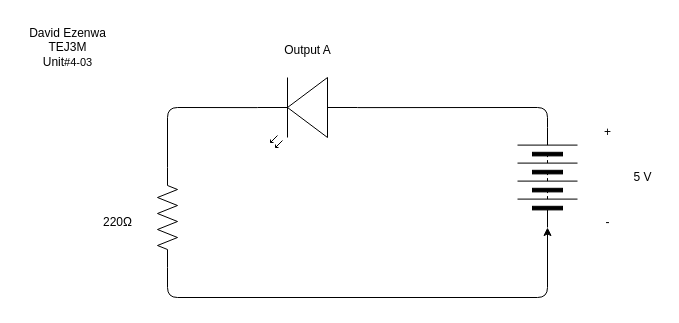
Earlier version of the draw.io diagram Unit4-03.drawio (david-ezenwa/TEJ3M-Unit4). Source tidied: cells renumbered, new cells numbered last; positions are measured from the earlier drawing's top-left corner, leaving out a move shared by most shapes. Both pictures are drawn from the tidied source at 100%, with x=0, y=0 at pixel (17, 17).
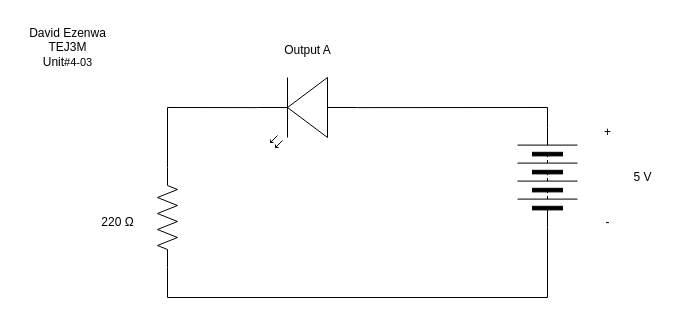
After the change.

Diff of the diagram source:
```diff
@@
 <mxGraphModel>
   <root>
     <mxCell id="0" />
     <mxCell id="1" parent="0" />
-    <mxCell id="2" style="edgeStyle=none;html=1;entryX=1;entryY=0.5;entryDx=0;entryDy=0;exitX=0;exitY=0.57;exitDx=0;exitDy=0;exitPerimeter=0;endArrow=none;endFill=0;" parent="1" edge="1" source="3" target="6">
+    <mxCell id="2" style="edgeStyle=none;html=1;entryX=1;entryY=0.5;entryDx=0;entryDy=0;exitX=0;exitY=0.57;exitDx=0;exitDy=0;exitPerimeter=0;endArrow=none;endFill=0;rounded=0;curved=0;" parent="1" edge="1" source="3" target="6">
       <mxGeometry relative="1" as="geometry">
         <Array as="points">
           <mxPoint x="530" y="90" />
         </Array>
       </mxGeometry>
     </mxCell>
     <mxCell id="3" style="verticalLabelPosition=bottom;shadow=0;dashed=0;align=center;html=1;verticalAlign=top;shape=mxgraph.electrical.opto_electronics.led_2;rotation=-180;" parent="1" vertex="1">
       <mxGeometry x="240" y="60" width="100" height="70" as="geometry" />
     </mxCell>
-    <mxCell id="4" style="edgeStyle=none;html=1;exitX=1;exitY=0.5;exitDx=0;exitDy=0;exitPerimeter=0;entryX=0;entryY=0.5;entryDx=0;entryDy=0;" parent="1" edge="1" source="5" target="6">
+    <mxCell id="4" style="edgeStyle=none;html=1;exitX=1;exitY=0.5;exitDx=0;exitDy=0;exitPerimeter=0;entryX=0;entryY=0.5;entryDx=0;entryDy=0;rounded=0;curved=0;endArrow=none;endFill=0;" parent="1" edge="1" source="5" target="6">
       <mxGeometry relative="1" as="geometry">
         <Array as="points">
           <mxPoint x="150" y="280" />
           <mxPoint x="530" y="280" />
         </Array>
       </mxGeometry>
     </mxCell>
     <mxCell id="5" style="verticalLabelPosition=bottom;shadow=0;dashed=0;align=center;html=1;verticalAlign=top;shape=mxgraph.electrical.resistors.resistor_2;rotation=90;" parent="1" vertex="1">
       <mxGeometry x="100" y="190" width="100" height="20" as="geometry" />
     </mxCell>
     <mxCell id="6" style="verticalLabelPosition=bottom;shadow=0;dashed=0;align=center;html=1;verticalAlign=top;shape=mxgraph.electrical.miscellaneous.batteryStack;rotation=-90;" parent="1" vertex="1">
       <mxGeometry x="480" y="130" width="100" height="60" as="geometry" />
     </mxCell>
-    <mxCell id="7" style="edgeStyle=none;html=1;exitX=1;exitY=0.57;exitDx=0;exitDy=0;exitPerimeter=0;entryX=0;entryY=0.5;entryDx=0;entryDy=0;entryPerimeter=0;endArrow=none;endFill=0;" parent="1" edge="1" source="3" target="5">
+    <mxCell id="7" style="edgeStyle=none;html=1;exitX=1;exitY=0.57;exitDx=0;exitDy=0;exitPerimeter=0;entryX=0;entryY=0.5;entryDx=0;entryDy=0;entryPerimeter=0;endArrow=none;endFill=0;rounded=0;curved=0;" parent="1" edge="1" source="3" target="5">
       <mxGeometry relative="1" as="geometry">
         <Array as="points">
           <mxPoint x="150" y="90" />
         </Array>
       </mxGeometry>
     </mxCell>
-    <mxCell id="8" value="David Ezenwa&lt;div&gt;TEJ3M&lt;/div&gt;&lt;div style=&quot;&quot;&gt;Unit&lt;span style=&quot;text-wrap-mode: wrap; background-color: light-dark(#ffffff, var(--ge-dark-color, #121212));&quot;&gt;&lt;font style=&quot;font-size: 11px; color: rgb(0, 0, 0);&quot;&gt;#4-03&lt;/font&gt;&lt;/span&gt;&lt;/div&gt;" style="text;html=1;align=center;verticalAlign=middle;strokeColor=none;fillColor=none;" parent="1" vertex="1">
+    <mxCell id="8" value="&lt;font style=&quot;color: rgb(0, 0, 0);&quot;&gt;David Ezenwa&lt;/font&gt;&lt;div&gt;&lt;font style=&quot;color: rgb(0, 0, 0);&quot;&gt;TEJ3M&lt;/font&gt;&lt;/div&gt;&lt;div style=&quot;&quot;&gt;&lt;font style=&quot;color: rgb(0, 0, 0);&quot;&gt;Unit&lt;span style=&quot;text-wrap-mode: wrap; background-color: light-dark(#ffffff, var(--ge-dark-color, #121212));&quot;&gt;&lt;font style=&quot;font-size: 11px; color: rgb(0, 0, 0);&quot;&gt;#4-03&lt;/font&gt;&lt;/span&gt;&lt;/font&gt;&lt;/div&gt;" style="text;html=1;align=center;verticalAlign=middle;strokeColor=none;fillColor=none;" parent="1" vertex="1">
       <mxGeometry width="100" height="60" as="geometry" />
     </mxCell>
-    <mxCell id="9" value="220Ω" style="text;html=1;align=center;verticalAlign=middle;strokeColor=none;fillColor=none;" parent="1" vertex="1">
-      <mxGeometry x="75" y="190" width="50" height="30" as="geometry" />
+    <mxCell id="9" value="220 Ω" style="text;html=1;align=center;verticalAlign=middle;strokeColor=none;fillColor=none;" parent="1" vertex="1">
+      <mxGeometry x="70" y="190" width="60" height="30" as="geometry" />
     </mxCell>
     <mxCell id="10" value="+" style="text;html=1;align=center;verticalAlign=middle;strokeColor=none;fillColor=none;" parent="1" vertex="1">
       <mxGeometry x="575" y="100" width="30" height="30" as="geometry" />
     </mxCell>
     <mxCell id="11" value="-" style="text;html=1;align=center;verticalAlign=middle;strokeColor=none;fillColor=none;" parent="1" vertex="1">
       <mxGeometry x="575" y="190" width="30" height="30" as="geometry" />
     </mxCell>
     <mxCell id="12" value="5 V" style="text;html=1;align=center;verticalAlign=middle;strokeColor=none;fillColor=none;" parent="1" vertex="1">
       <mxGeometry x="605" y="145" width="40" height="30" as="geometry" />
     </mxCell>
     <mxCell id="13" value="Output A" style="text;html=1;align=center;verticalAlign=middle;strokeColor=none;fillColor=none;" parent="1" vertex="1">
       <mxGeometry x="255" y="18" width="70" height="30" as="geometry" />
     </mxCell>
   </root>
 </mxGraphModel>
```
